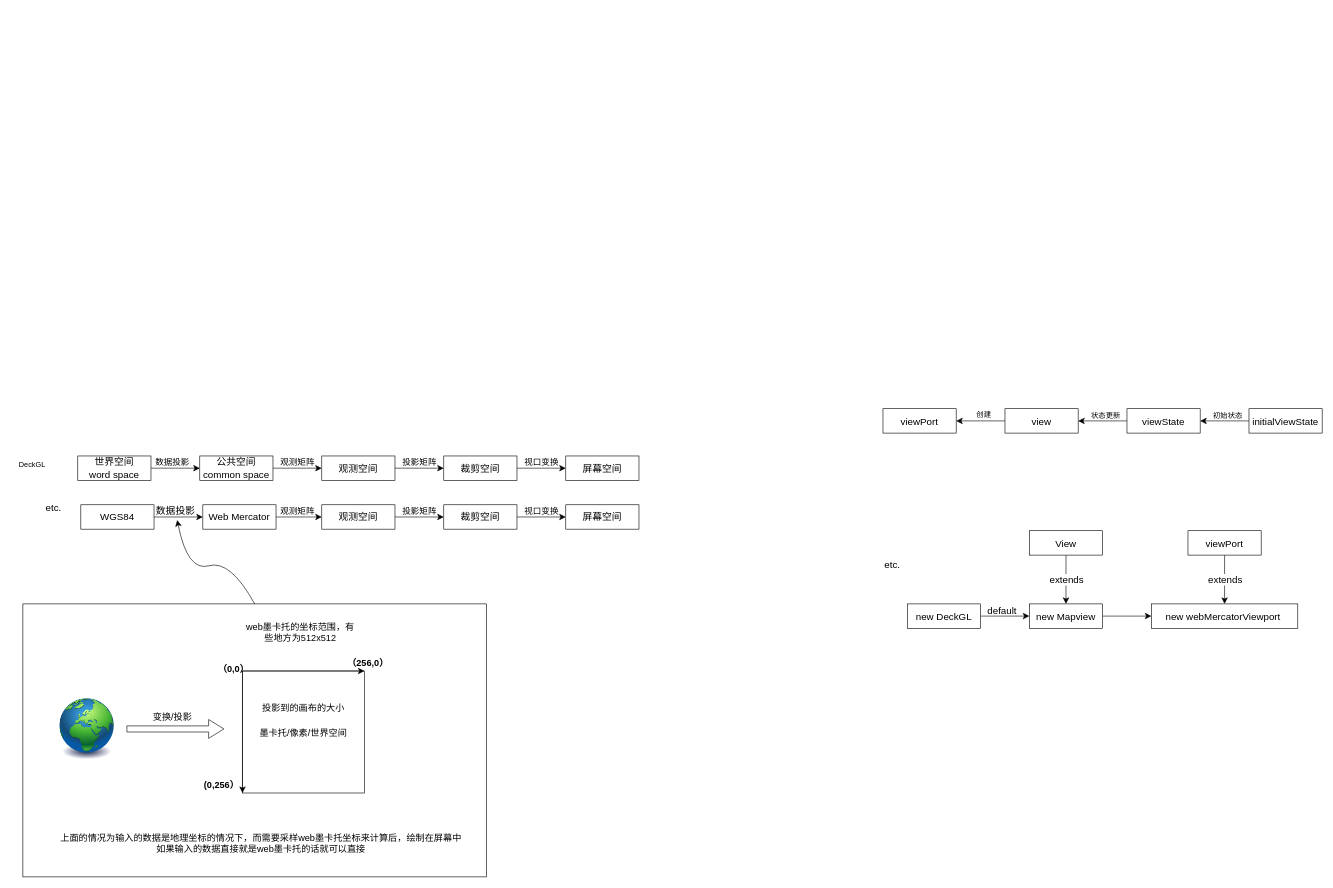
bigbigbig2/mind-map keeps this draw.io diagram as page "camera" (1 of 3) of DeckGL.drawio. Above is the earlier version. Source tidied: cells renumbered, new cells numbered last; positions are measured from the earlier drawing's top-left corner, leaving out a move shared by most shapes. Both pictures are drawn from the tidied source at 61%, with x=0, y=0 at pixel (10, 406).
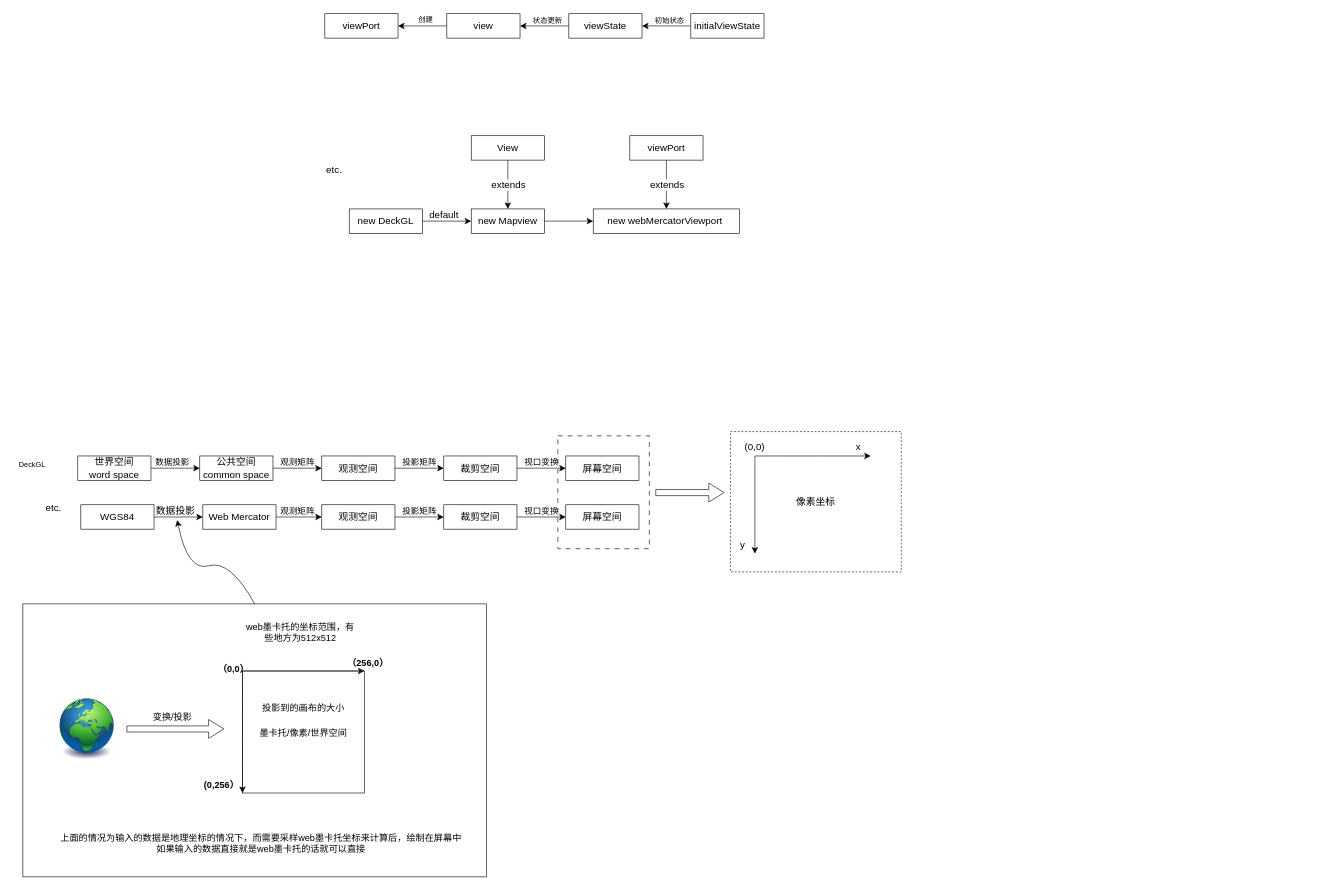
The same diagram, later.

The edit, as a diff of the source:
```diff
@@
+    <mxCell id="67" style="rounded=0;whiteSpace=wrap;html=1;fontSize=16;dashed=1;fillColor=none;" parent="1" vertex="1">
+      <mxGeometry x="1180" y="42" width="280" height="230" as="geometry" />
+    </mxCell>
+    <mxCell id="68" style="rounded=0;whiteSpace=wrap;html=1;fontSize=16;dashed=1;dashPattern=8 8;fillColor=none;" parent="1" vertex="1">
+      <mxGeometry x="897" y="49" width="150" height="185" as="geometry" />
+    </mxCell>
@@
     <mxCell id="11" value="&lt;font style=&quot;font-size: 16px;&quot;&gt;view&lt;/font&gt;" style="rounded=0;whiteSpace=wrap;html=1;fontSize=12;" parent="1" vertex="1">
-      <mxGeometry x="1630" y="4.5" width="120" height="40" as="geometry" />
+      <mxGeometry x="715" y="-643" width="120" height="40" as="geometry" />
     </mxCell>
@@
     <mxCell id="13" value="&lt;font style=&quot;font-size: 16px;&quot;&gt;viewState&lt;/font&gt;" style="rounded=0;whiteSpace=wrap;html=1;fontSize=12;" parent="1" vertex="1">
-      <mxGeometry x="1830" y="4.5" width="120" height="40" as="geometry" />
+      <mxGeometry x="915" y="-643" width="120" height="40" as="geometry" />
     </mxCell>
     <mxCell id="14" value="&lt;font style=&quot;font-size: 16px;&quot;&gt;viewPort&lt;/font&gt;" style="rounded=0;whiteSpace=wrap;html=1;fontSize=12;" parent="1" vertex="1">
-      <mxGeometry x="1430" y="4.5" width="120" height="40" as="geometry" />
+      <mxGeometry x="515" y="-643" width="120" height="40" as="geometry" />
     </mxCell>
     <mxCell id="15" value="&lt;font style=&quot;font-size: 12px;&quot;&gt;状态更新&lt;/font&gt;" style="text;html=1;align=center;verticalAlign=middle;strokeColor=none;fillColor=none;fontSize=16;rounded=0;" parent="1" vertex="1">
-      <mxGeometry x="1760" y="-0.5" width="70" height="30" as="geometry" />
+      <mxGeometry x="845" y="-648" width="70" height="30" as="geometry" />
     </mxCell>
     <mxCell id="16" value="创建" style="text;html=1;align=center;verticalAlign=middle;strokeColor=none;fillColor=none;fontSize=12;rounded=0;" parent="1" vertex="1">
-      <mxGeometry x="1570" y="-0.5" width="50" height="30" as="geometry" />
+      <mxGeometry x="655" y="-648" width="50" height="30" as="geometry" />
     </mxCell>
@@
     <mxCell id="18" value="&lt;font style=&quot;font-size: 16px;&quot;&gt;initialViewState&lt;/font&gt;" style="rounded=0;whiteSpace=wrap;html=1;fontSize=12;" parent="1" vertex="1">
-      <mxGeometry x="2030" y="4.5" width="120" height="40" as="geometry" />
+      <mxGeometry x="1115" y="-643" width="120" height="40" as="geometry" />
     </mxCell>
     <mxCell id="19" value="&lt;font style=&quot;font-size: 12px;&quot;&gt;初始状态&lt;/font&gt;" style="text;html=1;align=center;verticalAlign=middle;strokeColor=none;fillColor=none;fontSize=16;rounded=0;" parent="1" vertex="1">
-      <mxGeometry x="1960" y="-0.5" width="70" height="30" as="geometry" />
+      <mxGeometry x="1045" y="-648" width="70" height="30" as="geometry" />
     </mxCell>
     <mxCell id="20" value="etc." style="text;html=1;align=center;verticalAlign=middle;strokeColor=none;fillColor=none;fontSize=16;rounded=0;" parent="1" vertex="1">
-      <mxGeometry x="1420" y="244.5" width="50" height="30" as="geometry" />
+      <mxGeometry x="505" y="-403" width="50" height="30" as="geometry" />
     </mxCell>
@@
     <mxCell id="22" value="new DeckGL" style="rounded=0;whiteSpace=wrap;html=1;fontSize=16;" parent="1" vertex="1">
-      <mxGeometry x="1470" y="324.5" width="120" height="40" as="geometry" />
+      <mxGeometry x="555" y="-323" width="120" height="40" as="geometry" />
     </mxCell>
@@
     <mxCell id="24" value="new Mapview" style="rounded=0;whiteSpace=wrap;html=1;fontSize=16;" parent="1" vertex="1">
-      <mxGeometry x="1670" y="324.5" width="120" height="40" as="geometry" />
+      <mxGeometry x="755" y="-323" width="120" height="40" as="geometry" />
     </mxCell>
     <mxCell id="25" value="new webMercatorViewport&amp;nbsp;" style="rounded=0;whiteSpace=wrap;html=1;fontSize=16;" parent="1" vertex="1">
-      <mxGeometry x="1870" y="324.5" width="240" height="40" as="geometry" />
+      <mxGeometry x="955" y="-323" width="240" height="40" as="geometry" />
     </mxCell>
@@
     <mxCell id="28" value="View" style="rounded=0;whiteSpace=wrap;html=1;fontSize=16;" parent="1" vertex="1">
-      <mxGeometry x="1670" y="204.5" width="120" height="40" as="geometry" />
+      <mxGeometry x="755" y="-443" width="120" height="40" as="geometry" />
     </mxCell>
@@
     <mxCell id="31" value="viewPort" style="rounded=0;whiteSpace=wrap;html=1;fontSize=16;" parent="1" vertex="1">
-      <mxGeometry x="1930" y="204.5" width="120" height="40" as="geometry" />
+      <mxGeometry x="1015" y="-443" width="120" height="40" as="geometry" />
     </mxCell>
     <mxCell id="32" value="default" style="text;html=1;align=center;verticalAlign=middle;strokeColor=none;fillColor=none;fontSize=16;rounded=0;" parent="1" vertex="1">
-      <mxGeometry x="1590" y="319.5" width="70" height="30" as="geometry" />
+      <mxGeometry x="675" y="-328" width="70" height="30" as="geometry" />
     </mxCell>
@@
+    <mxCell id="69" style="shape=flexArrow;endArrow=classic;html=1;rounded=0;fontSize=12;startSize=8;endSize=8;curved=1;" parent="1" edge="1">
+      <mxGeometry relative="1" as="geometry">
+        <mxPoint x="1057" y="142" as="sourcePoint" />
+        <mxPoint x="1170" y="142" as="targetPoint" />
+      </mxGeometry>
+    </mxCell>
+    <mxCell id="70" style="endArrow=classic;html=1;rounded=0;fontSize=12;startSize=8;endSize=8;curved=1;" parent="1" edge="1">
+      <mxGeometry relative="1" as="geometry">
+        <mxPoint x="1220" y="82" as="sourcePoint" />
+        <mxPoint x="1410" y="82" as="targetPoint" />
+      </mxGeometry>
+    </mxCell>
+    <mxCell id="71" style="endArrow=classic;html=1;rounded=0;fontSize=12;startSize=8;endSize=8;curved=1;" parent="1" edge="1">
+      <mxGeometry relative="1" as="geometry">
+        <mxPoint x="1220" y="82" as="sourcePoint" />
+        <mxPoint x="1220" y="242" as="targetPoint" />
+      </mxGeometry>
+    </mxCell>
+    <mxCell id="72" value="像素坐标" style="text;html=1;strokeColor=none;fillColor=none;align=center;verticalAlign=middle;whiteSpace=wrap;rounded=0;fontSize=16;" parent="1" vertex="1">
+      <mxGeometry x="1260" y="142" width="120" height="30" as="geometry" />
+    </mxCell>
+    <mxCell id="73" value="(0,0)" style="text;html=1;strokeColor=none;fillColor=none;align=center;verticalAlign=middle;whiteSpace=wrap;rounded=0;fontSize=16;" parent="1" vertex="1">
+      <mxGeometry x="1190" y="52" width="60" height="30" as="geometry" />
+    </mxCell>
+    <mxCell id="74" value="x" style="text;html=1;strokeColor=none;fillColor=none;align=center;verticalAlign=middle;whiteSpace=wrap;rounded=0;fontSize=16;" parent="1" vertex="1">
+      <mxGeometry x="1360" y="52" width="60" height="30" as="geometry" />
+    </mxCell>
+    <mxCell id="75" value="y" style="text;html=1;strokeColor=none;fillColor=none;align=center;verticalAlign=middle;whiteSpace=wrap;rounded=0;fontSize=16;" parent="1" vertex="1">
+      <mxGeometry x="1170" y="212" width="60" height="30" as="geometry" />
+    </mxCell>
```
